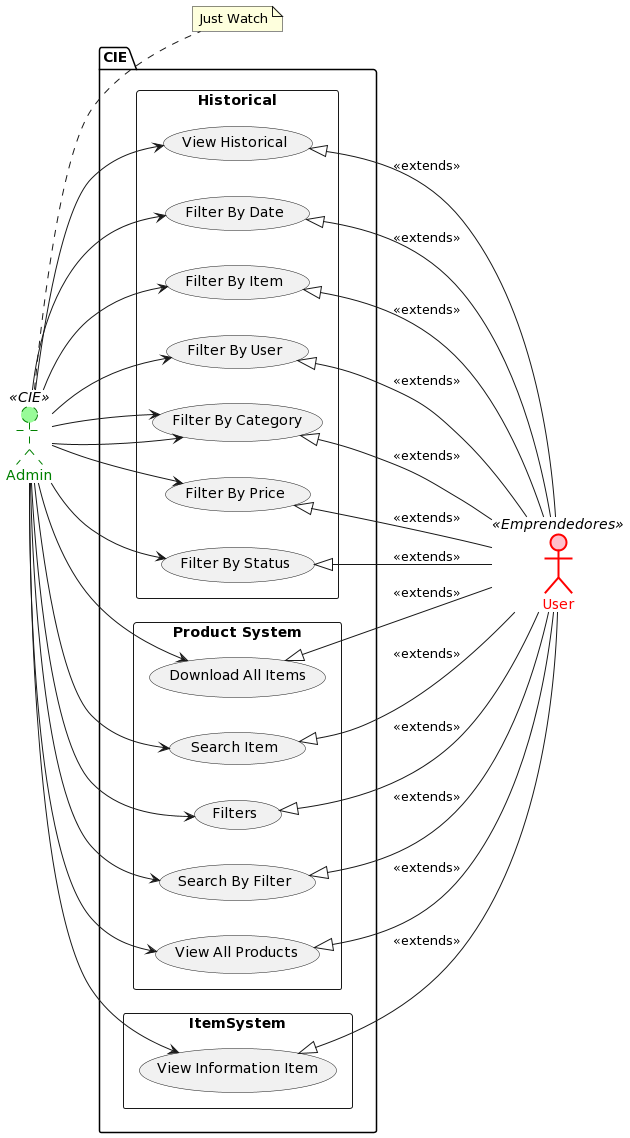
Before: assets/domain-model/out/AdminViewUser.png, a diagram exported from PlantUML (CIE-UPB/docs).
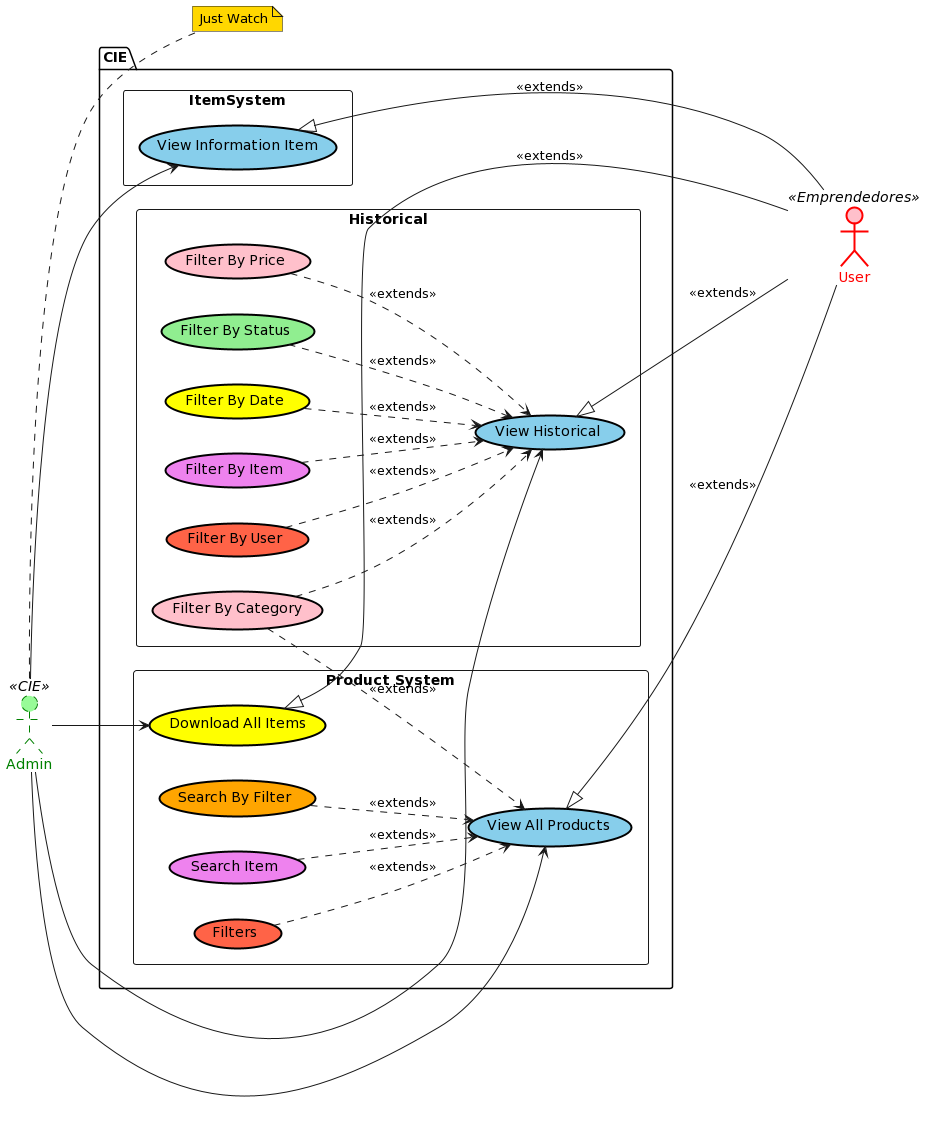
The same diagram one commit later.

Change to the diagram source:
```diff
@@ -1,70 +1,70 @@
 @startuml
+skinparam rectangle {
+  BackgroundColor<<CIE>> LightGrey
+}
+skinparam usecase {
+  BackgroundColor White
+  BorderColor Black
+  BorderThickness 2
+}
+skinparam actor {
+  BackgroundColor AntiqueWhite
+  BorderColor Black
+}
+skinparam note {
+  BackgroundColor Gold
+}
 left to right direction
 
 actor "Admin" as admin <<CIE>> #palegreen;line:green;line.dashed;text:green
 actor "User" as user <<Emprendedores>> #pink;line:red;line.bold;text:red
 note right of (admin)
-Just Watch
+  Just Watch
 end note
 
 package CIE {
     rectangle Historical {
-        usecase "View Historical" as VH
-        usecase "Filter By Date" as FBD
-        usecase "Filter By Item" as FBI
-        usecase "Filter By User" as FBU
-        usecase "Filter By Category" as FBC
-        usecase "Filter By Price" as FBP
-        usecase "Filter By Status" as FBS
+        usecase "View Historical" as VH #SkyBlue
+        usecase "Filter By Date" as FBD #Yellow
+        usecase "Filter By Item" as FBI #Violet
+        usecase "Filter By User" as FBU #Tomato
+        usecase "Filter By Category" as FBC #Orange
+        usecase "Filter By Price" as FBP #Pink
+        usecase "Filter By Status" as FBS #LightGreen
+        FBD ..> VH : <<extends>>
+        FBI ..> VH : <<extends>>
+        FBU ..> VH : <<extends>>
+        FBC ..> VH : <<extends>>
+        FBP ..> VH : <<extends>>
+        FBS ..> VH : <<extends>>
     }
 
     rectangle "Product System" as productsSystem {
-        usecase "Download All Items" as DAI
-        usecase "Search Item" as SI
-        usecase "Filters" as F
-        usecase "Search By Filter" as SBF
-        usecase "View All Products" as VAP
-        usecase "Filter By Category" as FBC
+        usecase "View All Products" as VAP #SkyBlue
+        usecase "Download All Items" as DAI #Yellow
+        usecase "Search Item" as SI #Violet
+        usecase "Filters" as F #Tomato
+        usecase "Search By Filter" as SBF #Orange
+        usecase "Filter By Category" as FBC #Pink
+        SI ..> VAP : <<extends>>
+        F ..> VAP : <<extends>>
+        SBF ..> VAP : <<extends>>
+        FBC ..> VAP : <<extends>>
+
     }
 
     rectangle ItemSystem {
-        usecase "View Information Item" as VII
+        usecase "View Information Item" as VII #SkyBlue
     }
 
     admin --> VH
-    admin --> FBD
-    admin --> FBI
-    admin --> FBU
-    admin --> FBC
-    admin --> FBP
-    admin --> FBS
-
+    admin --> VAP
     admin --> DAI
-    admin --> SI
-    admin --> F
-    admin --> SBF
-    admin --> VAP
-    admin --> FBC
-
     admin --> VII
 
 VH <|-- (user) : <<extends>>
-FBD <|-- (user) : <<extends>>
-FBI <|-- (user) : <<extends>>
-FBU <|-- (user) : <<extends>>
-FBC<|-- (user) : <<extends>>
-FBP<|-- (user) : <<extends>>
-FBS<|-- (user) : <<extends>>
-
-
 DAI<|-- (user) : <<extends>>
-SI<|-- (user) : <<extends>>
-
-F<|-- (user) : <<extends>>
-
-SBF<|-- (user)  : <<extends>>
 VAP<|-- (user) : <<extends>>
-
 VII<|-- (user) : <<extends>>
 }
 @enduml
```
